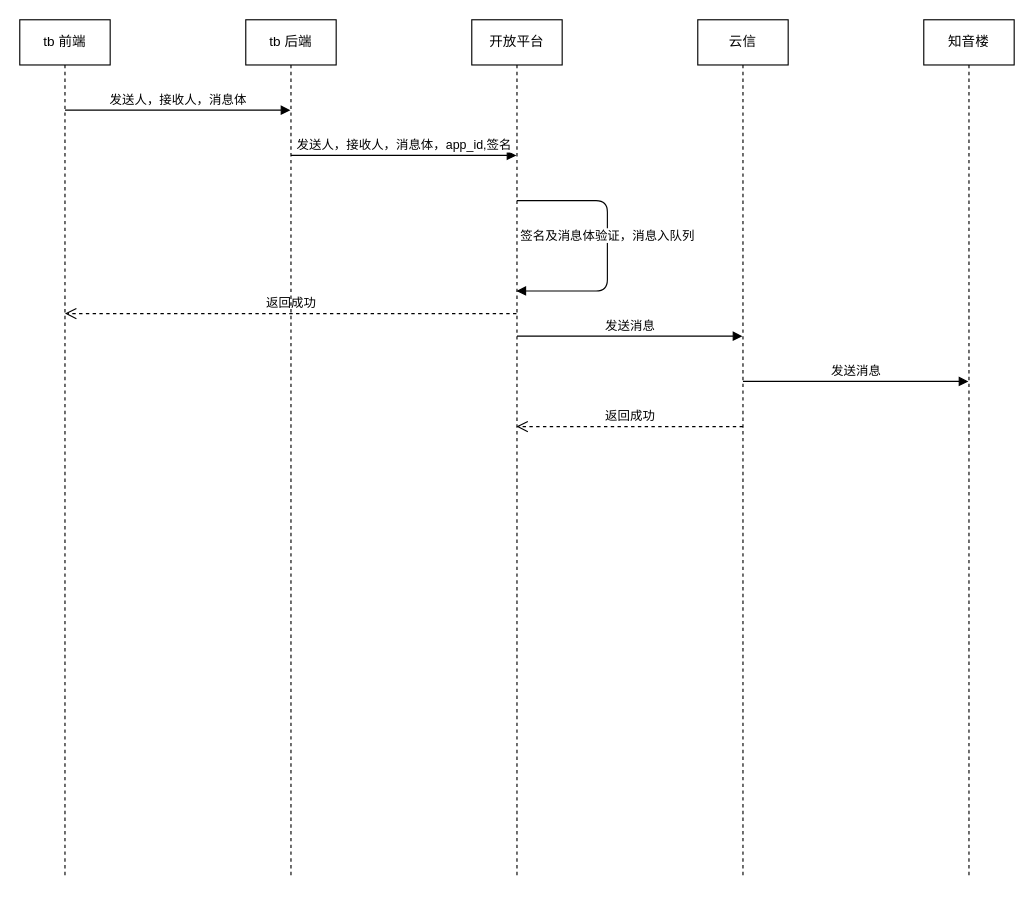
Before: tb 消息推送.drawio in sunskly/draw, a draw.io diagram. Source tidied: cells renumbered, new cells numbered last; positions are measured from the earlier drawing's top-left corner, leaving out a move shared by most shapes. Both pictures are drawn from the tidied source at 113%, with x=0, y=0 at pixel (19, 19).
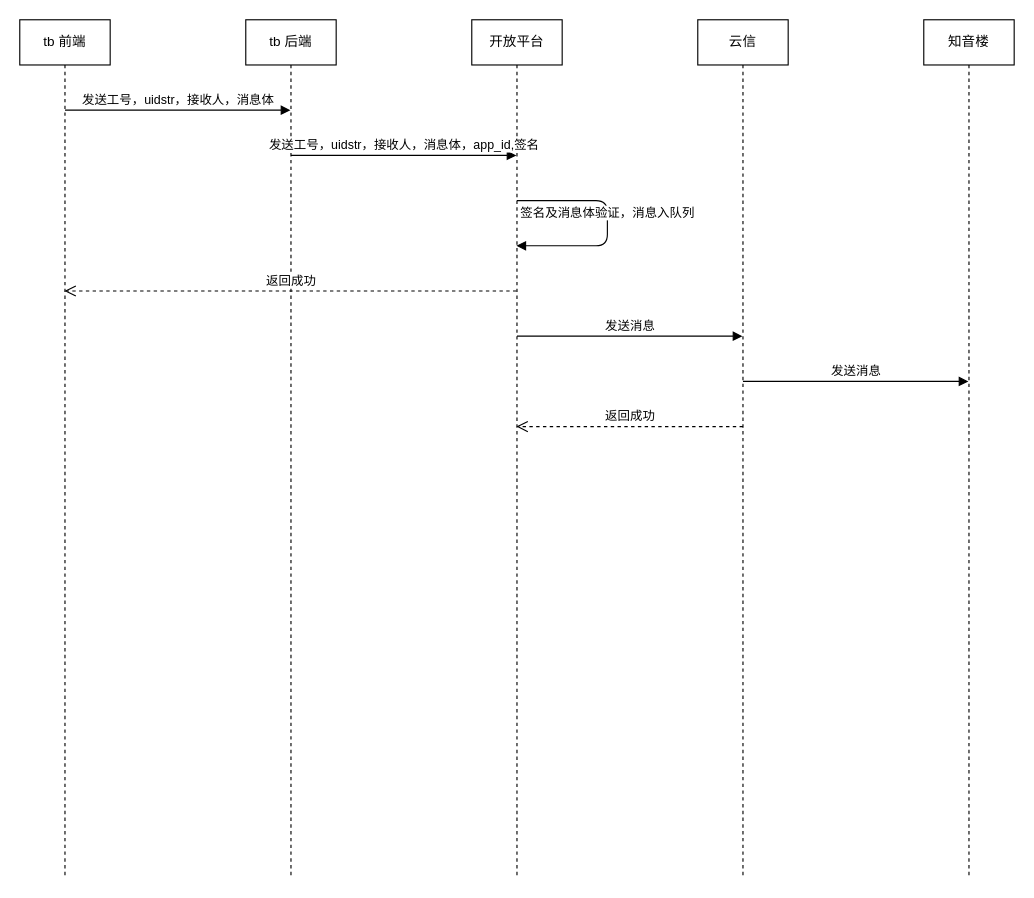
After the change.

Commit message:
更新tb 消息推送.drawio

Unchanged cells that the change refers to:
```xml
<mxCell id="2" value="tb 前端" style="shape=umlLifeline;perimeter=lifelinePerimeter;whiteSpace=wrap;html=1;outlineConnect=0;" parent="1" vertex="1">
  <mxGeometry width="80" height="760" as="geometry" />
</mxCell>
<mxCell id="5" value="开放平台" style="shape=umlLifeline;perimeter=lifelinePerimeter;whiteSpace=wrap;html=1;outlineConnect=0;" parent="1" vertex="1">
  <mxGeometry x="400" width="80" height="760" as="geometry" />
</mxCell>
<mxCell id="9" value="tb 后端" style="shape=umlLifeline;perimeter=lifelinePerimeter;whiteSpace=wrap;html=1;outlineConnect=0;" parent="1" vertex="1">
  <mxGeometry x="200" width="80" height="760" as="geometry" />
</mxCell>
```

Change to the diagram source:
```diff
@@
-    <mxCell id="3" value="发送人，接收人，消息体" style="html=1;verticalAlign=bottom;endArrow=block;" parent="2" edge="1" target="9">
+    <mxCell id="3" value="发送工号，uidstr，接收人，消息体" style="html=1;verticalAlign=bottom;endArrow=block;" parent="2" edge="1" target="9">
       <mxGeometry relative="1" as="geometry">
         <mxPoint x="40" y="80" as="sourcePoint" />
       </mxGeometry>
     </mxCell>
-    <mxCell id="4" value="返回成功" style="html=1;verticalAlign=bottom;endArrow=open;dashed=1;endSize=8;" parent="2" edge="1" source="5">
-      <mxGeometry relative="1" as="geometry">
-        <mxPoint x="40" y="260" as="targetPoint" />
-      </mxGeometry>
-    </mxCell>
@@
     <mxCell id="6" value="签名及消息体验证，消息入队列" style="html=1;verticalAlign=bottom;endArrow=block;edgeStyle=orthogonalEdgeStyle;" parent="5" edge="1" target="5">
       <mxGeometry relative="1" as="geometry">
         <mxPoint x="40" y="160" as="sourcePoint" />
         <Array as="points">
           <mxPoint x="120" y="160" />
-          <mxPoint x="120" y="240" />
+          <mxPoint x="120" y="200" />
         </Array>
       </mxGeometry>
     </mxCell>
@@
-    <mxCell id="10" value="发送人，接收人，消息体，app_id,签名" style="html=1;verticalAlign=bottom;endArrow=block;" parent="9" edge="1" target="5">
+    <mxCell id="10" value="发送工号，uidstr，接收人，消息体，app_id,签名" style="html=1;verticalAlign=bottom;endArrow=block;" parent="9" edge="1" target="5">
       <mxGeometry relative="1" as="geometry">
         <mxPoint x="40" y="120" as="sourcePoint" />
       </mxGeometry>
     </mxCell>
@@
+    <mxCell id="4" value="返回成功" style="html=1;verticalAlign=bottom;endArrow=open;dashed=1;endSize=8;" parent="1" edge="1" source="5" target="2">
+      <mxGeometry relative="1" as="geometry">
+        <Array as="points">
+          <mxPoint x="440" y="240" />
+        </Array>
+      </mxGeometry>
+    </mxCell>
```
